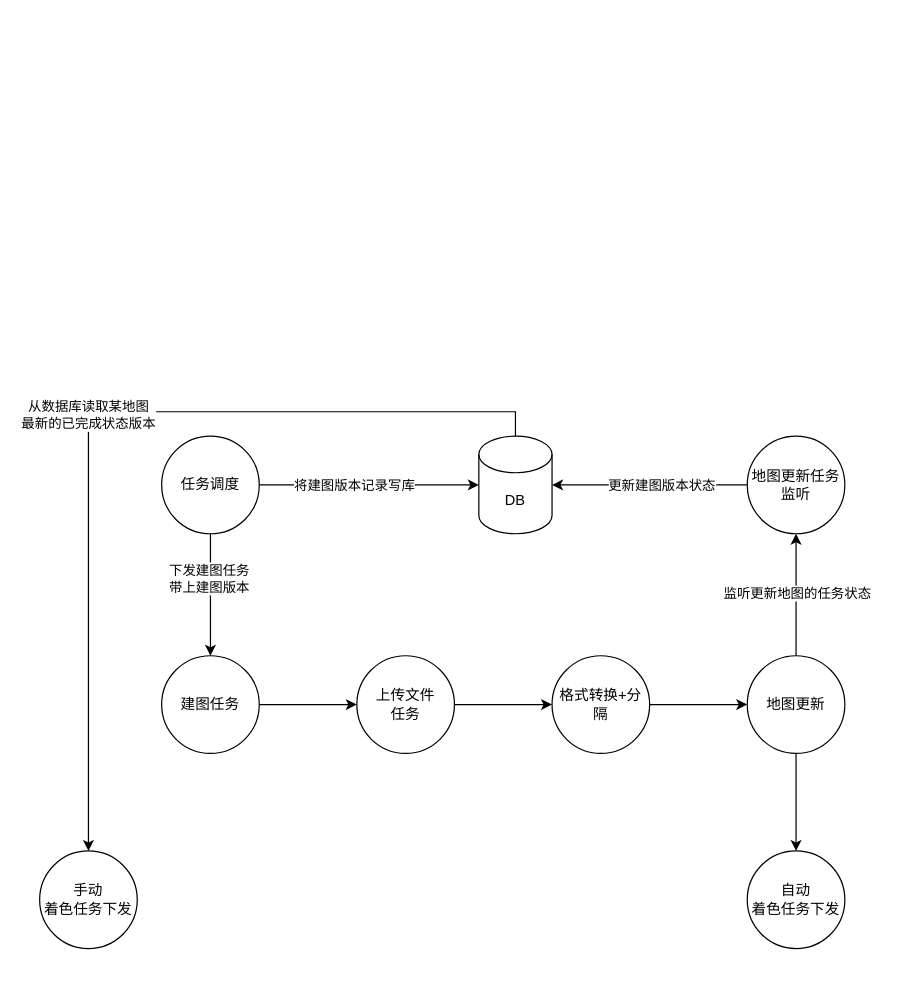
Before: 建图版本控制流程.drawio in wangyufei0807/draw, a draw.io diagram. Source tidied: cells renumbered, new cells numbered last; positions are measured from the earlier drawing's top-left corner, leaving out a move shared by most shapes. Both pictures are drawn from the tidied source at 122%, with x=0, y=0 at pixel (39, 436).
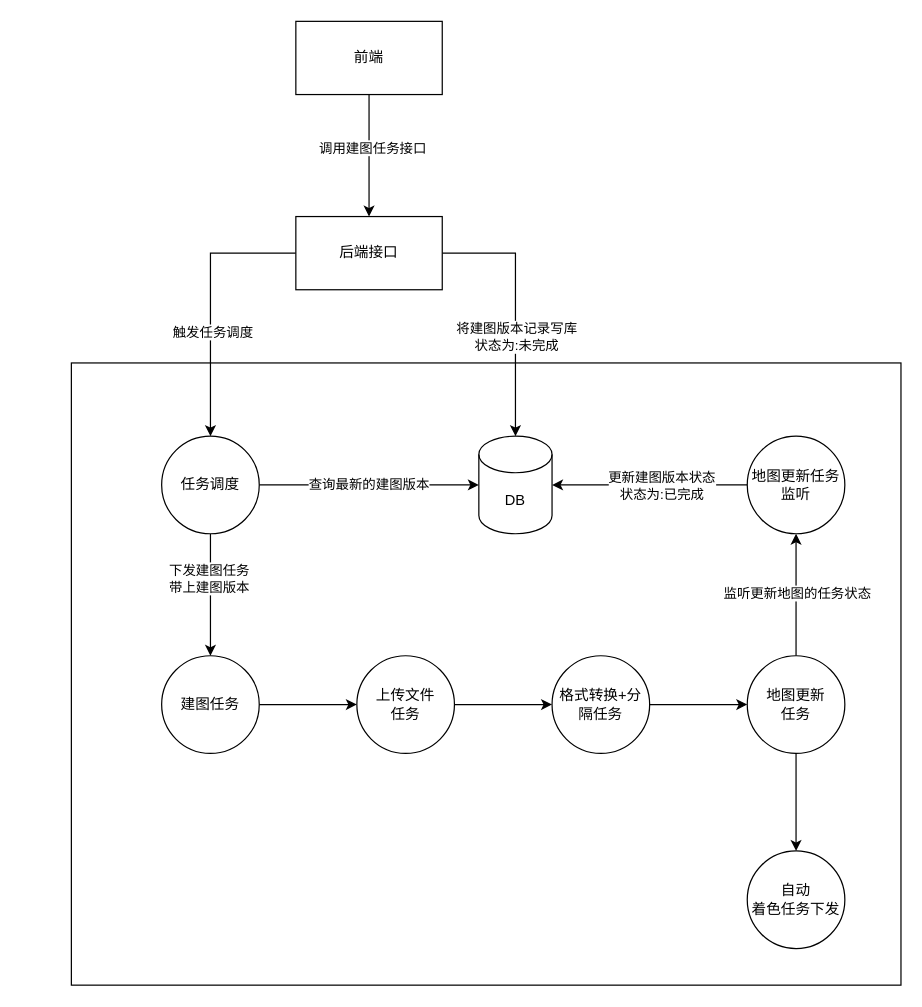
After the change.

Commit message:
Update 建图版本控制流程.drawio

The change refers to these unchanged cells:
```xml
<mxCell id="16" value="任务调度" style="ellipse;whiteSpace=wrap;html=1;" parent="1" vertex="1">
  <mxGeometry x="100" width="80" height="80" as="geometry" />
</mxCell>
<mxCell id="19" value="DB" style="shape=cylinder3;whiteSpace=wrap;html=1;boundedLbl=1;backgroundOutline=1;size=15;" parent="1" vertex="1">
  <mxGeometry x="360" width="60" height="80" as="geometry" />
</mxCell>
<mxCell id="20" style="edgeStyle=orthogonalEdgeStyle;rounded=0;jettySize=auto;html=1;exitX=0;exitY=0.5;exitDx=0;exitDy=0;" parent="1" edge="1" source="22" target="19">
  <mxGeometry relative="1" as="geometry" />
</mxCell>
```

The edit, as a diff of the source:
```diff
@@
+    <mxCell id="25" style="rounded=0;whiteSpace=wrap;html=1;" parent="1" vertex="1">
+      <mxGeometry x="26" y="-60" width="680" height="510" as="geometry" />
+    </mxCell>
@@
-    <mxCell id="7" value="格式转换+分隔" style="ellipse;whiteSpace=wrap;html=1;" parent="1" vertex="1">
+    <mxCell id="7" value="格式转换+分隔任务" style="ellipse;whiteSpace=wrap;html=1;" parent="1" vertex="1">
       <mxGeometry x="420" y="180" width="80" height="80" as="geometry" />
     </mxCell>
@@
-    <mxCell id="11" value="地图更新" style="ellipse;whiteSpace=wrap;html=1;" parent="1" vertex="1">
+    <mxCell id="11" value="地图更新&lt;br&gt;任务" style="ellipse;whiteSpace=wrap;html=1;" parent="1" vertex="1">
       <mxGeometry x="580" y="180" width="80" height="80" as="geometry" />
     </mxCell>
@@
-    <mxCell id="14" style="edgeStyle=orthogonalEdgeStyle;rounded=0;jettySize=auto;html=1;exitX=1;exitY=0.5;exitDx=0;exitDy=0;entryX=0;entryY=0.5;entryDx=0;entryDy=0;entryPerimeter=0;" parent="1" edge="1" source="16" target="19">
+    <mxCell id="14" value="查询最新的建图版本" style="edgeStyle=orthogonalEdgeStyle;rounded=0;jettySize=auto;html=1;exitX=1;exitY=0.5;exitDx=0;exitDy=0;entryX=0;entryY=0.5;entryDx=0;entryDy=0;entryPerimeter=0;" parent="1" edge="1" source="16" target="19">
       <mxGeometry relative="1" as="geometry" />
     </mxCell>
-    <mxCell id="15" value="将建图版本记录写库" style="edgeLabel;html=1;align=center;verticalAlign=middle;" parent="14" vertex="1">
-      <mxGeometry x="-0.14" relative="1" as="geometry" />
-    </mxCell>
@@
-    <mxCell id="17" style="edgeStyle=orthogonalEdgeStyle;rounded=0;jettySize=auto;html=1;exitX=0.5;exitY=0;exitDx=0;exitDy=0;exitPerimeter=0;entryX=0.5;entryY=0;entryDx=0;entryDy=0;" parent="1" edge="1" source="19" target="24">
-      <mxGeometry relative="1" as="geometry" />
-    </mxCell>
-    <mxCell id="18" value="从数据库读取某地图&lt;br&gt;最新的已完成状态版本" style="edgeLabel;html=1;align=center;verticalAlign=middle;" parent="17" vertex="1">
-      <mxGeometry x="0.02" y="-1" relative="1" as="geometry" />
-    </mxCell>
@@
-    <mxCell id="21" value="更新建图版本状态" style="edgeLabel;html=1;align=center;verticalAlign=middle;" parent="20" vertex="1">
+    <mxCell id="21" value="更新建图版本状态&lt;br&gt;状态为:已完成" style="edgeLabel;html=1;align=center;verticalAlign=middle;" parent="20" vertex="1">
       <mxGeometry x="-0.11" relative="1" as="geometry" />
     </mxCell>
@@
-    <mxCell id="24" value="手动&lt;br&gt;着色任务下发" style="ellipse;whiteSpace=wrap;html=1;" parent="1" vertex="1">
-      <mxGeometry y="340" width="80" height="80" as="geometry" />
-    </mxCell>
+    <mxCell id="26" style="edgeStyle=orthogonalEdgeStyle;rounded=0;jettySize=auto;html=1;" parent="1" edge="1" source="28" target="33">
+      <mxGeometry relative="1" as="geometry" />
+    </mxCell>
+    <mxCell id="27" value="调用建图任务接口" style="edgeLabel;html=1;align=center;verticalAlign=middle;" parent="26" vertex="1">
+      <mxGeometry x="-0.14" y="2" relative="1" as="geometry" />
+    </mxCell>
+    <mxCell id="28" value="前端" style="rounded=0;whiteSpace=wrap;html=1;" parent="1" vertex="1">
+      <mxGeometry x="210" y="-340" width="120" height="60" as="geometry" />
+    </mxCell>
+    <mxCell id="29" style="edgeStyle=orthogonalEdgeStyle;rounded=0;jettySize=auto;html=1;exitX=0;exitY=0.5;exitDx=0;exitDy=0;" parent="1" edge="1" source="33" target="16">
+      <mxGeometry relative="1" as="geometry" />
+    </mxCell>
+    <mxCell id="30" value="触发任务调度" style="edgeLabel;html=1;align=center;verticalAlign=middle;" parent="29" vertex="1">
+      <mxGeometry x="0.22" y="1" relative="1" as="geometry" />
+    </mxCell>
+    <mxCell id="31" style="edgeStyle=orthogonalEdgeStyle;rounded=0;jettySize=auto;html=1;entryX=0.5;entryY=0;entryDx=0;entryDy=0;entryPerimeter=0;" parent="1" edge="1" source="33" target="19">
+      <mxGeometry relative="1" as="geometry">
+        <Array as="points">
+          <mxPoint x="390" y="-150" />
+        </Array>
+      </mxGeometry>
+    </mxCell>
+    <mxCell id="32" value="将建图版本记录写库&lt;br&gt;状态为:未完成" style="edgeLabel;html=1;align=center;verticalAlign=middle;" parent="31" vertex="1">
+      <mxGeometry x="0.22" relative="1" as="geometry" />
+    </mxCell>
+    <mxCell id="33" value="后端接口" style="rounded=0;whiteSpace=wrap;html=1;" parent="1" vertex="1">
+      <mxGeometry x="210" y="-180" width="120" height="60" as="geometry" />
+    </mxCell>
```
